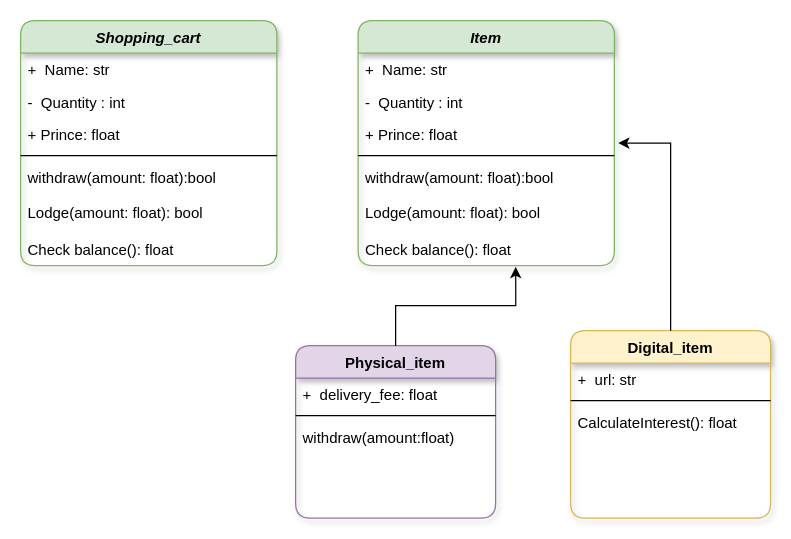
Before: shopping-cart.drawio in VictoriaJ4/VictoriaJ4, a draw.io diagram. Source tidied: cells renumbered, new cells numbered last; positions are measured from the earlier drawing's top-left corner, leaving out a move shared by most shapes. Both pictures are drawn from the tidied source at 125%, with x=0, y=0 at pixel (20, 20).
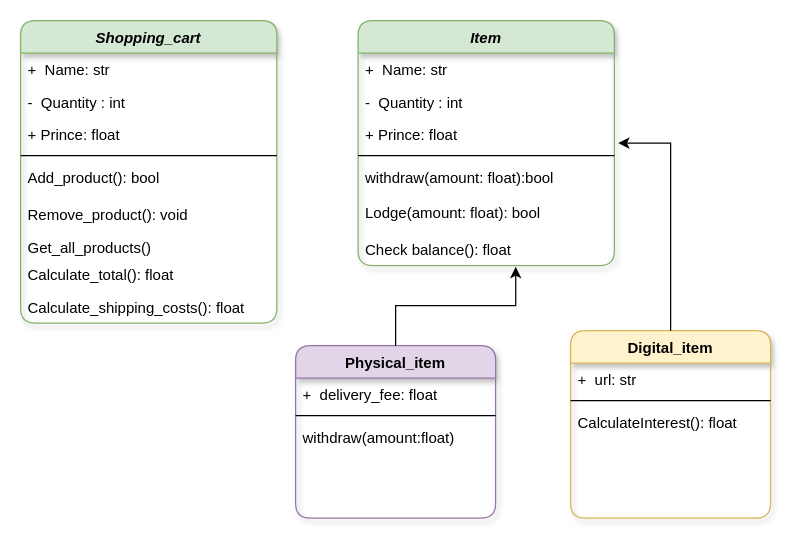
Above is the later version.

Change to the diagram source:
```diff
@@
     <mxCell id="18" value="Shopping_cart" style="swimlane;fontStyle=3;align=center;verticalAlign=top;horizontal=1;startSize=26;rounded=1;shadow=1;strokeWidth=1;fillColor=#d5e8d4;strokeColor=#82b366;glass=0;" parent="1" vertex="1">
-      <mxGeometry width="205" height="196" as="geometry" />
+      <mxGeometry width="205" height="242" as="geometry" />
     </mxCell>
@@
-    <mxCell id="23" value="withdraw(amount: float):bool" style="text;align=left;verticalAlign=top;spacingLeft=4;spacingRight=4;overflow=hidden;" parent="18" vertex="1">
-      <mxGeometry y="112" width="205" height="28" as="geometry" />
-    </mxCell>
-    <mxCell id="24" value="Lodge(amount: float): bool" style="text;align=left;verticalAlign=top;spacingLeft=4;spacingRight=4;overflow=hidden;" parent="18" vertex="1">
-      <mxGeometry y="140" width="205" height="30" as="geometry" />
+    <mxCell id="24" value="Add_product(): bool" style="text;align=left;verticalAlign=top;spacingLeft=4;spacingRight=4;overflow=hidden;" parent="18" vertex="1">
+      <mxGeometry y="112" width="205" height="30" as="geometry" />
     </mxCell>
-    <mxCell id="25" value="Check balance(): float" style="text;align=left;verticalAlign=top;spacingLeft=4;spacingRight=4;overflow=hidden;" parent="18" vertex="1">
-      <mxGeometry y="170" width="205" height="26" as="geometry" />
+    <mxCell id="25" value="Remove_product(): void" style="text;align=left;verticalAlign=top;spacingLeft=4;spacingRight=4;overflow=hidden;" parent="18" vertex="1">
+      <mxGeometry y="142" width="205" height="26" as="geometry" />
     </mxCell>
+    <mxCell id="28" value="Get_all_products()" style="text;align=left;verticalAlign=top;spacingLeft=4;spacingRight=4;overflow=hidden;" parent="18" vertex="1">
+      <mxGeometry y="168" width="205" height="22" as="geometry" />
+    </mxCell>
+    <mxCell id="29" value="Calculate_total(): float" style="text;align=left;verticalAlign=top;spacingLeft=4;spacingRight=4;overflow=hidden;" parent="18" vertex="1">
+      <mxGeometry y="190" width="205" height="26" as="geometry" />
+    </mxCell>
+    <mxCell id="30" value="Calculate_shipping_costs(): float" style="text;align=left;verticalAlign=top;spacingLeft=4;spacingRight=4;overflow=hidden;" parent="18" vertex="1">
+      <mxGeometry y="216" width="205" height="26" as="geometry" />
+    </mxCell>
```
